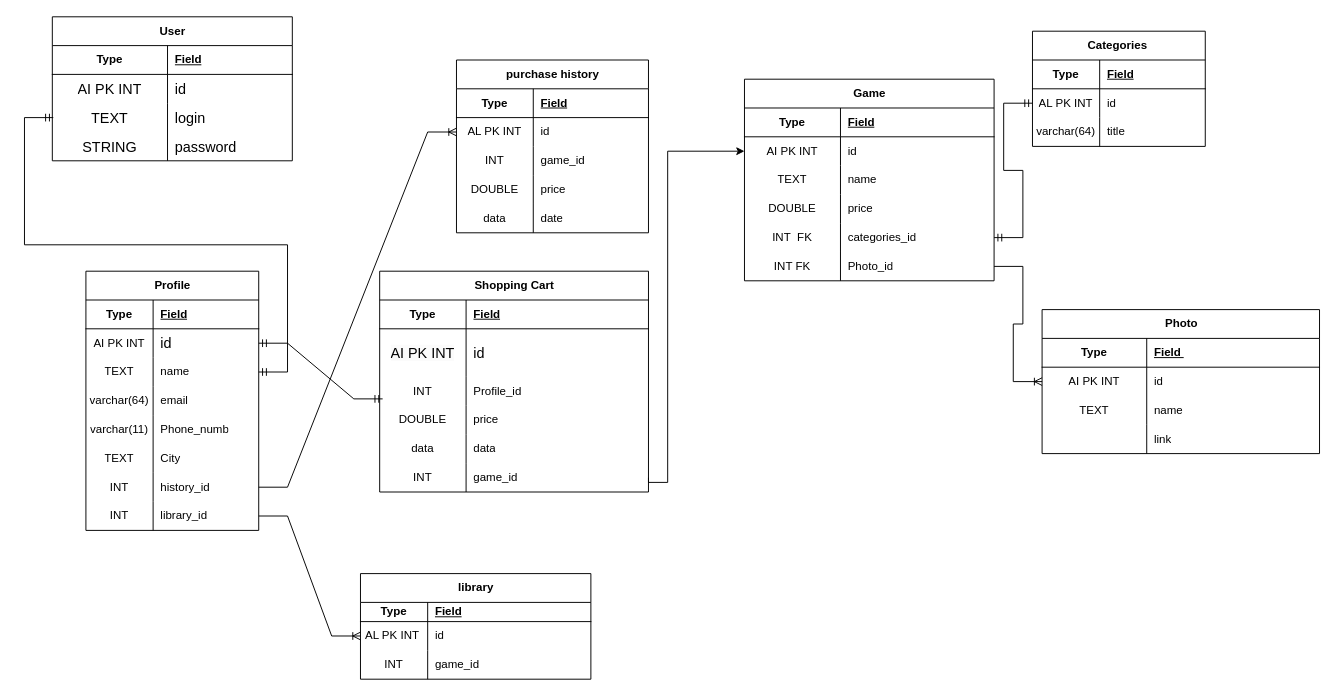
Earlier version of the draw.io diagram Диаграмма без названия.drawio (david371k/7.09.23). Source tidied: cells renumbered, new cells numbered last; positions are measured from the earlier drawing's top-left corner, leaving out a move shared by most shapes. Both pictures are drawn from the tidied source at 96%, with x=0, y=0 at pixel (-974, 16).
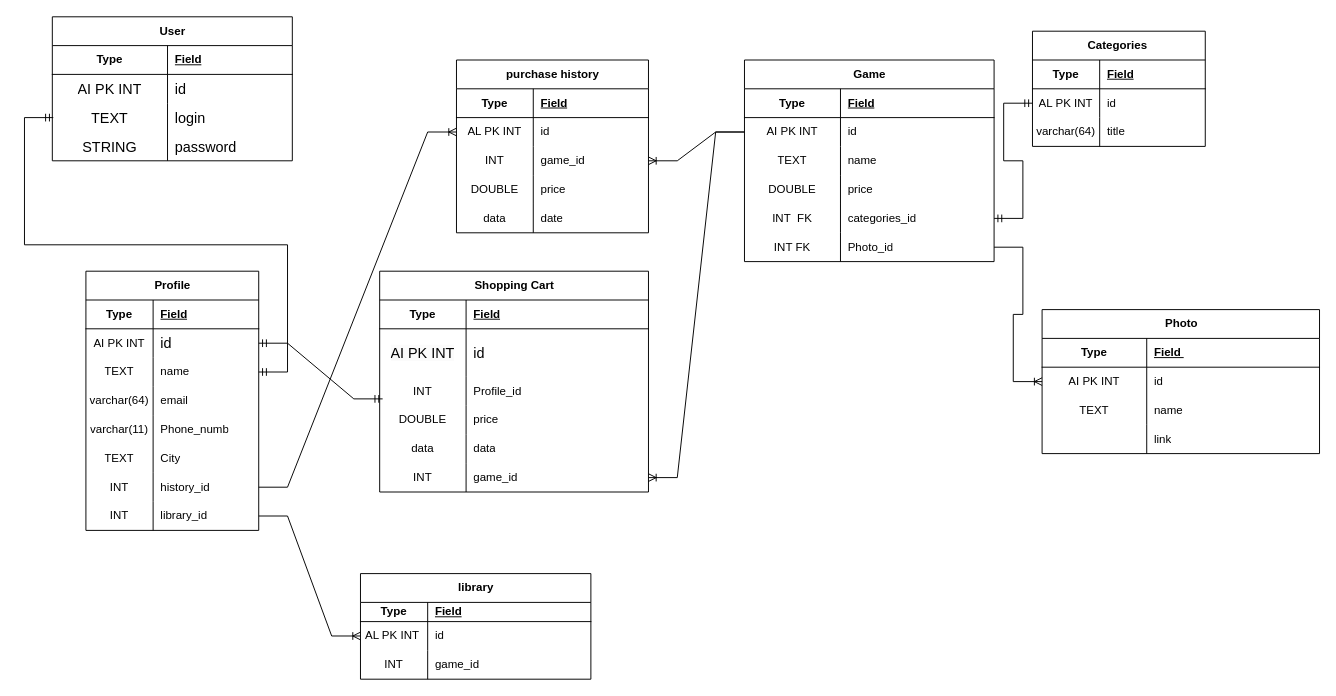
Above is the later version.

Unchanged cells that the change refers to:
```xml
<mxCell id="57" style="shape=tableRow;horizontal=0;startSize=0;swimlaneHead=0;swimlaneBody=0;fillColor=none;points=[[0,0.5],[1,0.5]];portConstraint=eastwest;top=0;left=0;right=0;bottom=0;" parent="41" vertex="1">
  <mxGeometry y="200" width="280" height="30" as="geometry" />
</mxCell>
<mxCell id="64" style="shape=tableRow;horizontal=0;startSize=0;swimlaneHead=0;swimlaneBody=0;fillColor=none;points=[[0,0.5],[1,0.5]];portConstraint=eastwest;top=0;left=0;right=0;bottom=0;" parent="60" vertex="1">
  <mxGeometry y="60" width="260" height="30" as="geometry" />
</mxCell>
<mxCell id="113" style="shape=tableRow;horizontal=0;startSize=0;swimlaneHead=0;swimlaneBody=0;fillColor=none;points=[[0,0.5],[1,0.5]];portConstraint=eastwest;top=0;left=0;right=0;bottom=0;" parent="106" vertex="1">
  <mxGeometry y="90" width="200" height="30" as="geometry" />
</mxCell>
```

Change to the diagram source:
```diff
@@
     <mxCell id="60" value="Game" style="shape=table;startSize=30;childLayout=tableLayout;rowLines=0;fontStyle=1;align=center;html=1;" parent="1" vertex="1">
-      <mxGeometry x="1790" y="65" width="260" height="210" as="geometry" />
+      <mxGeometry x="1790" y="45" width="260" height="210" as="geometry" />
     </mxCell>
@@
-    <mxCell id="90" style="edgeStyle=orthogonalEdgeStyle;rounded=0;jettySize=auto;html=1;exitX=1;exitY=0.5;exitDx=0;exitDy=0;entryX=0;entryY=0.5;entryDx=0;entryDy=0;" parent="1" edge="1" source="57" target="64">
-      <mxGeometry relative="1" as="geometry">
-        <Array as="points">
-          <mxPoint x="1690" y="485" />
-          <mxPoint x="1710" y="485" />
-          <mxPoint x="1710" y="140" />
-        </Array>
-      </mxGeometry>
-    </mxCell>
@@
+    <mxCell id="135" style="edgeStyle=entityRelationEdgeStyle;fontSize=12;html=1;endArrow=ERoneToMany;rounded=0;entryX=1;entryY=0.5;entryDx=0;entryDy=0;exitX=0;exitY=0.5;exitDx=0;exitDy=0;" parent="1" edge="1" source="64" target="113">
+      <mxGeometry relative="1" as="geometry" />
+    </mxCell>
+    <mxCell id="136" style="edgeStyle=entityRelationEdgeStyle;fontSize=12;html=1;endArrow=ERoneToMany;rounded=0;entryX=1;entryY=0.5;entryDx=0;entryDy=0;" parent="1" edge="1" source="64" target="57">
+      <mxGeometry relative="1" as="geometry" />
+    </mxCell>
```
